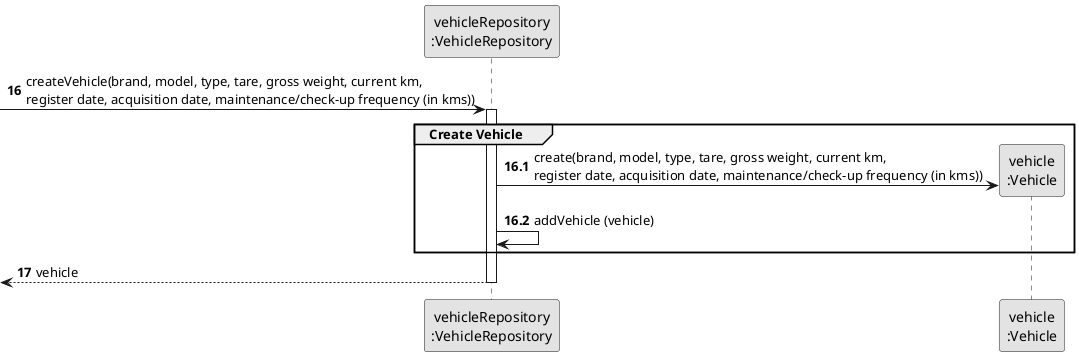
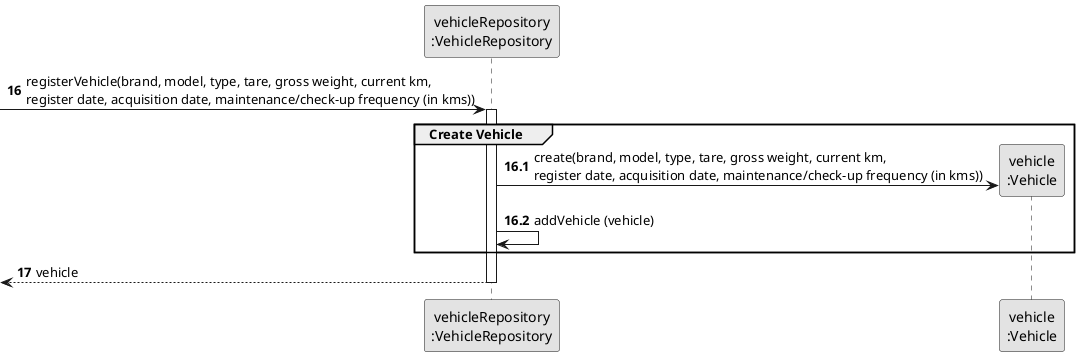
@startuml
skinparam monochrome true
skinparam packageStyle rectangle
skinparam shadowing false

participant "vehicleRepository\n:VehicleRepository" as VP
participant "vehicle\n:Vehicle" as Vehicle

autonumber 16
- -> VP: createVehicle(brand, model, type, tare, gross weight, current km, \nregister date, acquisition date, maintenance/check-up frequency (in kms))
+ -> VP: registerVehicle(brand, model, type, tare, gross weight, current km, \nregister date, acquisition date, maintenance/check-up frequency (in kms))

autonumber 16.1
activate VP
    group Create Vehicle

        VP -> Vehicle**: create(brand, model, type, tare, gross weight, current km, \nregister date, acquisition date, maintenance/check-up frequency (in kms))
        VP -> VP: addVehicle (vehicle)


    end

    autonumber 17
    <-- VP : vehicle
deactivate VP


@enduml